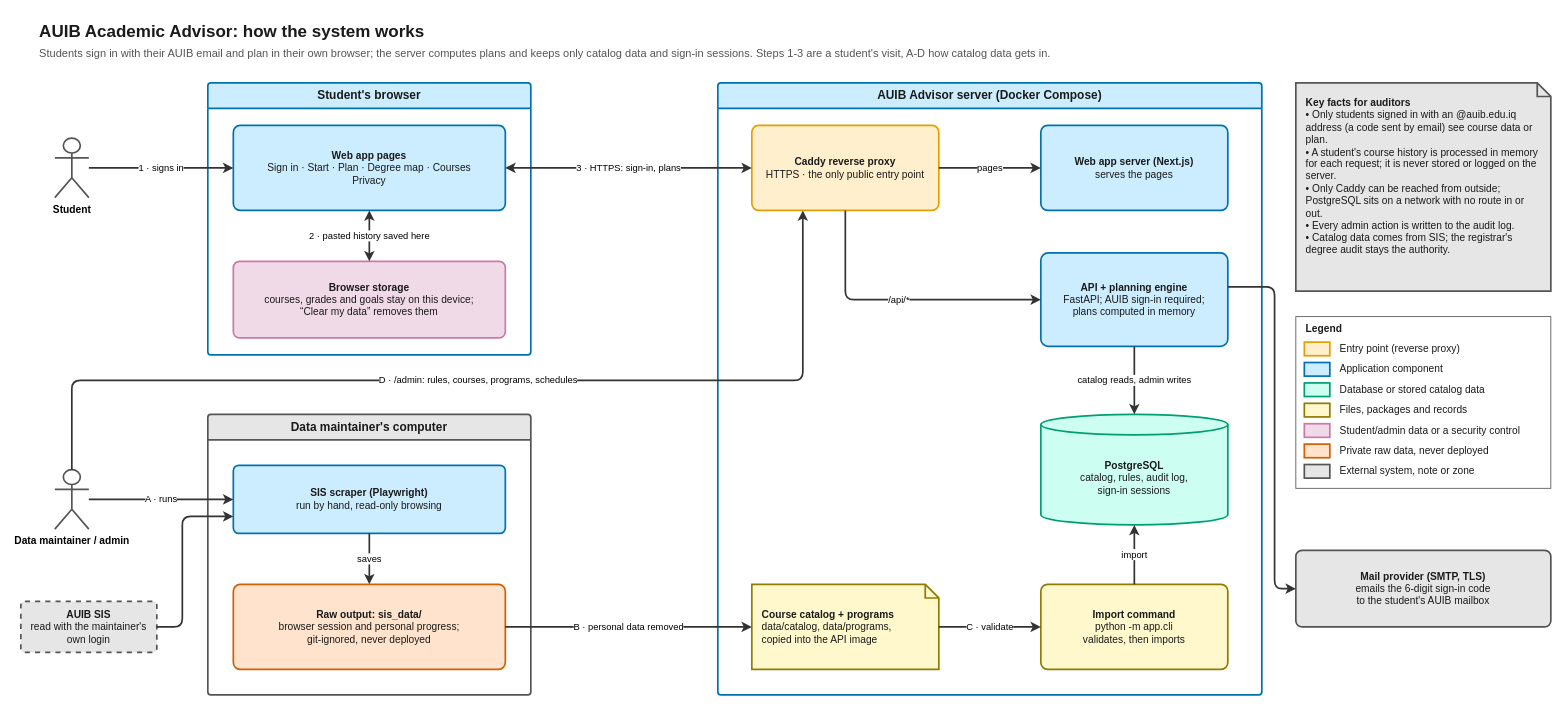
Above: docs/diagrams/00-overview.drawio in zaniixx/AUIB-Academic-Advisor (draw.io), before the change. Source tidied: cells renumbered, new cells numbered last; positions are measured from the earlier drawing's top-left corner, leaving out a move shared by most shapes. Both pictures are drawn from the tidied source at 85%, with x=0, y=0 at pixel (20, 14).
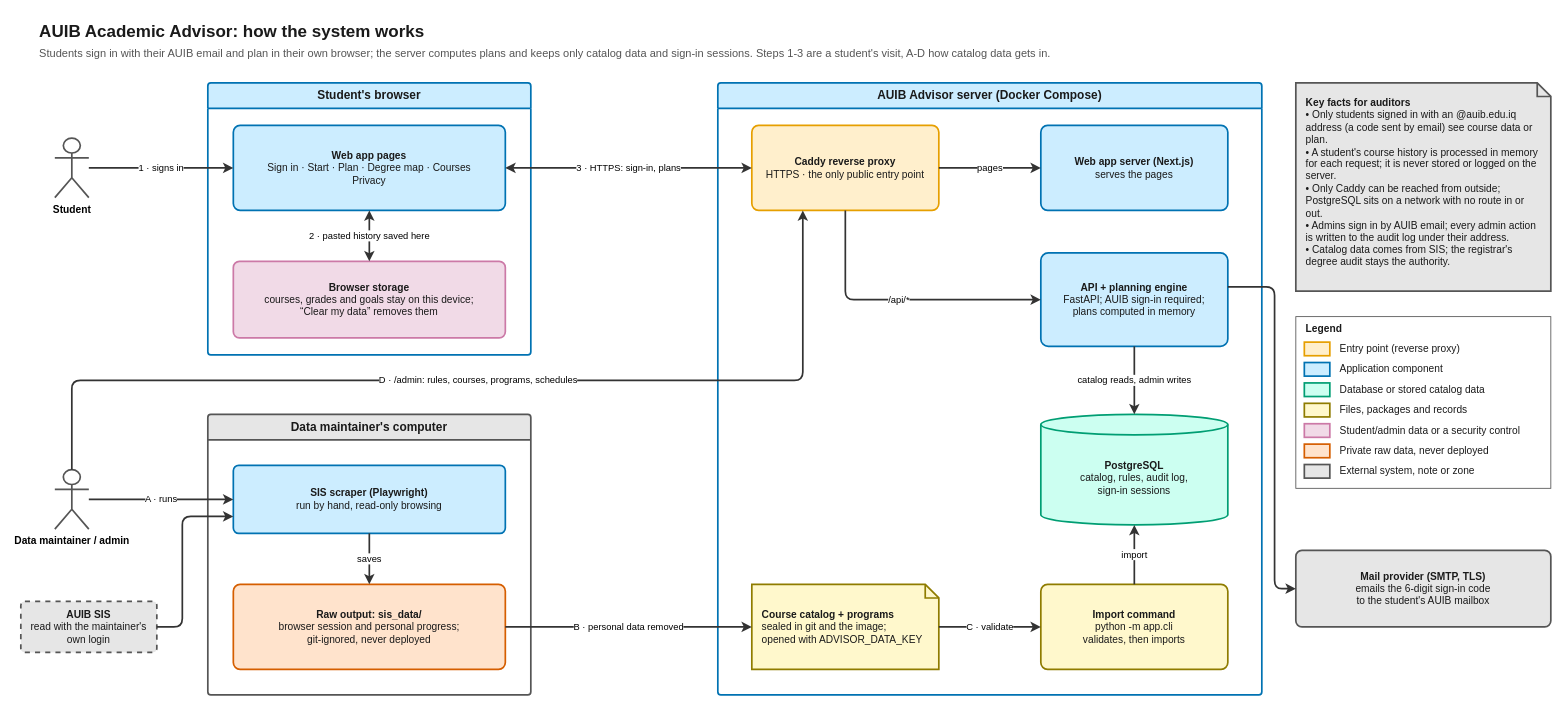
Above is the later version.

The change refers to these unchanged cells:
```xml
<mxCell id="12" value="AUIB Advisor server (Docker Compose)" style="swimlane;startSize=30;html=1;whiteSpace=wrap;fillColor=#ccedff;strokeColor=#0072b2;swimlaneFillColor=#ffffff;fontColor=#1a1a1a;fontFamily=Helvetica;fontSize=14;fontStyle=1;strokeWidth=2;rounded=1;arcSize=4;" parent="1" vertex="1">
  <mxGeometry x="820" y="80" width="640" height="720" as="geometry" />
</mxCell>
```

The edit, as a diff of the source:
```diff
@@
-    <mxCell id="17" value="&lt;b&gt;Course catalog + programs&lt;/b&gt;&lt;br&gt;data/catalog, data/programs,&lt;br&gt;copied into the API image" style="shape=note;size=16;whiteSpace=wrap;html=1;fillColor=#fff8cc;strokeColor=#8f7c00;fontColor=#1a1a1a;fontFamily=Helvetica;fontSize=12;strokeWidth=2;verticalAlign=middle;align=left;spacingLeft=10;spacingRight=10;" parent="12" vertex="1">
+    <mxCell id="17" value="&lt;b&gt;Course catalog + programs&lt;/b&gt;&lt;br&gt;sealed in git and the image;&lt;br&gt;opened with ADVISOR_DATA_KEY" style="shape=note;size=16;whiteSpace=wrap;html=1;fillColor=#fff8cc;strokeColor=#8f7c00;fontColor=#1a1a1a;fontFamily=Helvetica;fontSize=12;strokeWidth=2;verticalAlign=middle;align=left;spacingLeft=10;spacingRight=10;" parent="12" vertex="1">
       <mxGeometry x="40" y="590" width="220" height="100" as="geometry" />
     </mxCell>
@@
-    <mxCell id="32" value="&lt;b&gt;Key facts for auditors&lt;/b&gt;&lt;br&gt;• Only students signed in with an @auib.edu.iq address (a code sent by email) see course data or plan.&lt;br&gt;• A student's course history is processed in memory for each request; it is never stored or logged on the server.&lt;br&gt;• Only Caddy can be reached from outside; PostgreSQL sits on a network with no route in or out.&lt;br&gt;• Every admin action is written to the audit log.&lt;br&gt;• Catalog data comes from SIS; the registrar's degree audit stays the authority." style="shape=note;size=16;whiteSpace=wrap;html=1;fillColor=#e6e6e6;strokeColor=#555555;fontColor=#1a1a1a;fontFamily=Helvetica;fontSize=12;strokeWidth=2;verticalAlign=middle;align=left;spacingLeft=10;spacingRight=10;verticalAlign=top;spacingTop=10;" parent="1" vertex="1">
+    <mxCell id="32" value="&lt;b&gt;Key facts for auditors&lt;/b&gt;&lt;br&gt;• Only students signed in with an @auib.edu.iq address (a code sent by email) see course data or plan.&lt;br&gt;• A student's course history is processed in memory for each request; it is never stored or logged on the server.&lt;br&gt;• Only Caddy can be reached from outside; PostgreSQL sits on a network with no route in or out.&lt;br&gt;• Admins sign in by AUIB email; every admin action is written to the audit log under their address.&lt;br&gt;• Catalog data comes from SIS; the registrar's degree audit stays the authority." style="shape=note;size=16;whiteSpace=wrap;html=1;fillColor=#e6e6e6;strokeColor=#555555;fontColor=#1a1a1a;fontFamily=Helvetica;fontSize=12;strokeWidth=2;verticalAlign=middle;align=left;spacingLeft=10;spacingRight=10;verticalAlign=top;spacingTop=10;" parent="1" vertex="1">
       <mxGeometry x="1500" y="80" width="300" height="245" as="geometry" />
     </mxCell>
```
